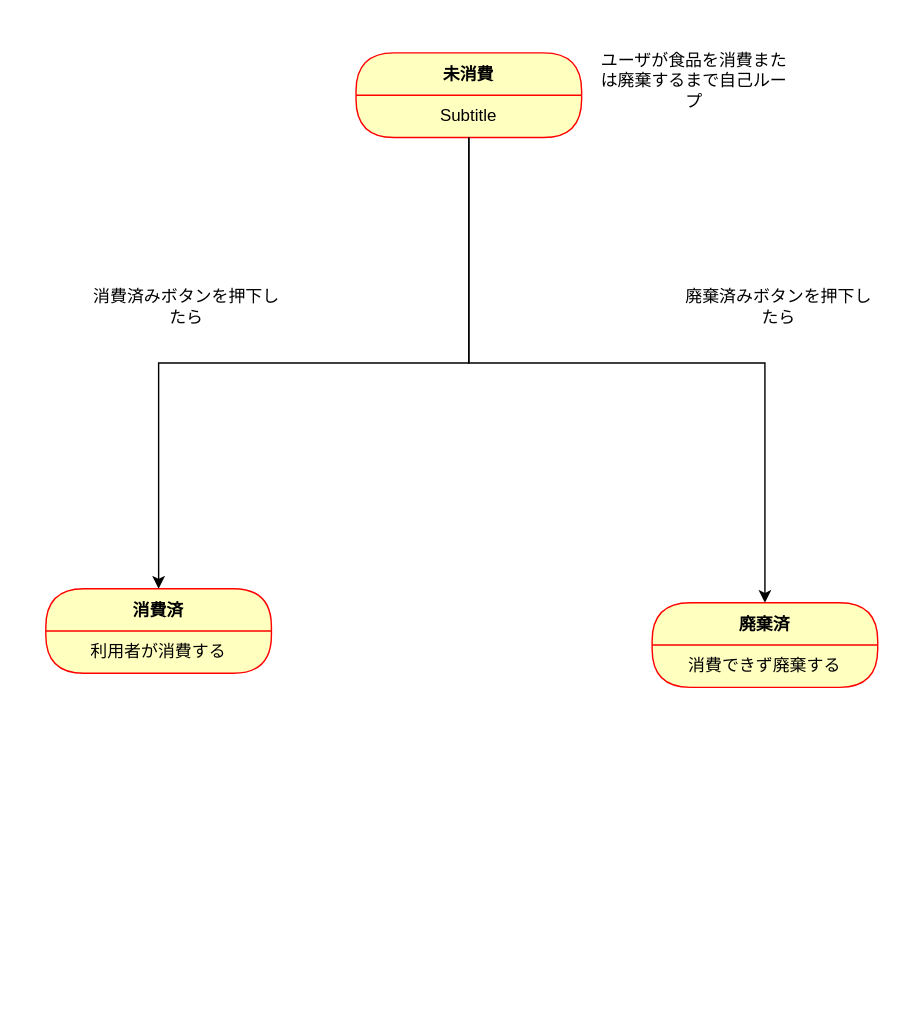
Above: page "state-machine" (2 of 9) of general-design.drawio in d-angelo-2049/food-loss-designs (draw.io), before the change. Source tidied: cells renumbered, new cells numbered last; positions are measured from the earlier drawing's top-left corner, leaving out a move shared by most shapes. Both pictures are drawn from the tidied source at 141%, with x=0, y=0 at pixel (45, 24).
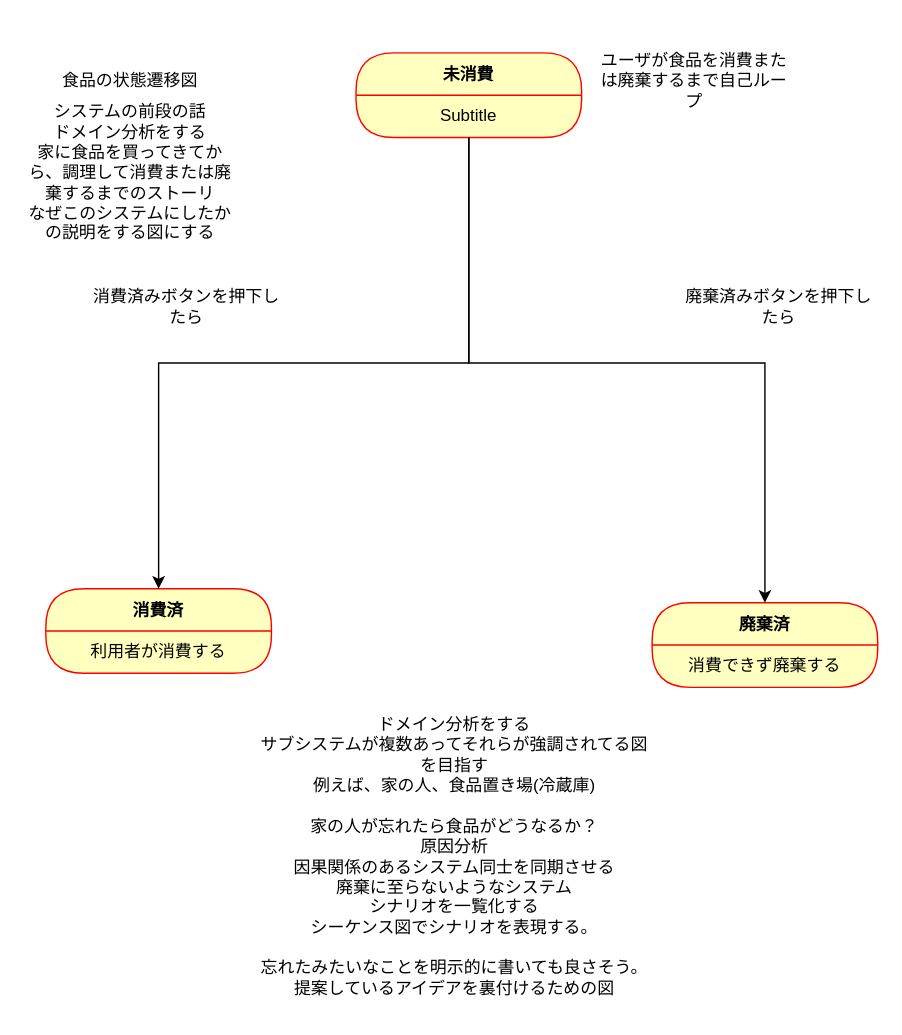
The same diagram, later.

Commit message:
general-design.drawio を更新します

The edit, as a diff of the source:
```diff
@@
 <mxGraphModel>
   <root>
     <mxCell id="0" />
     <mxCell id="1" parent="0" />
     <mxCell id="2" value="未消費" style="swimlane;fontStyle=1;align=center;verticalAlign=middle;horizontal=1;startSize=30;fontColor=#000000;rounded=1;arcSize=30;strokeColor=#ff0000;fillColor=#ffffc0;swimlaneFillColor=#ffffc0;" parent="1" vertex="1">
       <mxGeometry x="220" y="20" width="160" height="60" as="geometry" />
     </mxCell>
     <mxCell id="3" value="Subtitle" style="text;html=1;strokeColor=none;fillColor=none;align=center;verticalAlign=middle;spacingLeft=4;spacingRight=4;whiteSpace=wrap;overflow=hidden;fontColor=#000000;" parent="2" vertex="1">
       <mxGeometry y="30" width="160" height="30" as="geometry" />
     </mxCell>
     <mxCell id="4" value="消費済" style="swimlane;fontStyle=1;align=center;verticalAlign=middle;horizontal=1;startSize=30;fontColor=#000000;rounded=1;arcSize=30;strokeColor=#ff0000;fillColor=#ffffc0;swimlaneFillColor=#ffffc0;" parent="1" vertex="1">
       <mxGeometry y="400" width="160" height="60" as="geometry" />
     </mxCell>
     <mxCell id="5" value="利用者が消費する" style="text;html=1;strokeColor=none;fillColor=none;align=center;verticalAlign=middle;spacingLeft=4;spacingRight=4;whiteSpace=wrap;overflow=hidden;fontColor=#000000;" parent="4" vertex="1">
       <mxGeometry y="30" width="160" height="30" as="geometry" />
     </mxCell>
     <mxCell id="6" value="廃棄済" style="swimlane;fontStyle=1;align=center;verticalAlign=middle;horizontal=1;startSize=30;fontColor=#000000;rounded=1;arcSize=30;strokeColor=#ff0000;fillColor=#ffffc0;swimlaneFillColor=#ffffc0;" parent="1" vertex="1">
       <mxGeometry x="430" y="410" width="160" height="60" as="geometry" />
     </mxCell>
     <mxCell id="7" value="消費できず廃棄する" style="text;html=1;strokeColor=none;fillColor=none;align=center;verticalAlign=middle;spacingLeft=4;spacingRight=4;whiteSpace=wrap;overflow=hidden;fontColor=#000000;" parent="6" vertex="1">
       <mxGeometry y="30" width="160" height="30" as="geometry" />
     </mxCell>
     <mxCell id="8" style="edgeStyle=orthogonalEdgeStyle;rounded=0;jettySize=auto;html=1;exitX=0.5;exitY=1;exitDx=0;exitDy=0;" parent="1" edge="1" source="3" target="4">
       <mxGeometry relative="1" as="geometry" />
     </mxCell>
     <mxCell id="9" style="edgeStyle=orthogonalEdgeStyle;rounded=0;jettySize=auto;html=1;entryX=0.5;entryY=0;entryDx=0;entryDy=0;" parent="1" edge="1" source="3" target="6">
       <mxGeometry relative="1" as="geometry">
         <Array as="points">
           <mxPoint x="300" y="240" />
           <mxPoint x="510" y="240" />
         </Array>
       </mxGeometry>
     </mxCell>
     <mxCell id="10" value="ユーザが食品を消費または廃棄するまで自己ループ" style="text;html=1;strokeColor=none;fillColor=none;align=center;verticalAlign=middle;whiteSpace=wrap;rounded=0;" parent="1" vertex="1">
       <mxGeometry x="390" width="140" height="80" as="geometry" />
     </mxCell>
     <mxCell id="11" value="消費済みボタンを押下したら" style="text;html=1;strokeColor=none;fillColor=none;align=center;verticalAlign=middle;whiteSpace=wrap;rounded=0;" parent="1" vertex="1">
       <mxGeometry x="30" y="160" width="140" height="80" as="geometry" />
     </mxCell>
     <mxCell id="12" value="廃棄済みボタンを押下したら" style="text;html=1;strokeColor=none;fillColor=none;align=center;verticalAlign=middle;whiteSpace=wrap;rounded=0;" parent="1" vertex="1">
       <mxGeometry x="450" y="160" width="140" height="80" as="geometry" />
     </mxCell>
+    <mxCell id="13" value="食品の状態遷移図" style="text;html=1;strokeColor=none;fillColor=none;align=center;verticalAlign=middle;whiteSpace=wrap;rounded=0;" parent="1" vertex="1">
+      <mxGeometry x="-10" width="140" height="80" as="geometry" />
+    </mxCell>
+    <mxCell id="14" value="システムの前段の話&lt;br&gt;ドメイン分析をする&lt;br&gt;家に食品を買ってきてから、調理して消費または廃棄するまでのストーリ&lt;br&gt;なぜこのシステムにしたかの説明をする図にする" style="text;html=1;strokeColor=none;fillColor=none;align=center;verticalAlign=middle;whiteSpace=wrap;rounded=0;" parent="1" vertex="1">
+      <mxGeometry x="-15" y="50" width="150" height="110" as="geometry" />
+    </mxCell>
+    <mxCell id="15" value="ドメイン分析をする&lt;br&gt;サブシステムが複数あってそれらが強調されてる図を目指す&lt;br&gt;例えば、家の人、食品置き場(冷蔵庫)&lt;br&gt;&lt;br&gt;家の人が忘れたら食品がどうなるか？&lt;br&gt;原因分析&lt;br&gt;因果関係のあるシステム同士を同期させる&lt;br&gt;廃棄に至らないようなシステム&lt;br&gt;シナリオを一覧化する&lt;br&gt;シーケンス図でシナリオを表現する。&lt;br&gt;&lt;br&gt;忘れたみたいなことを明示的に書いても良さそう。&lt;br&gt;提案しているアイデアを裏付けるための図" style="text;html=1;strokeColor=none;fillColor=none;align=center;verticalAlign=middle;whiteSpace=wrap;rounded=0;" parent="1" vertex="1">
+      <mxGeometry x="150" y="480" width="280" height="220" as="geometry" />
+    </mxCell>
   </root>
 </mxGraphModel>
```
